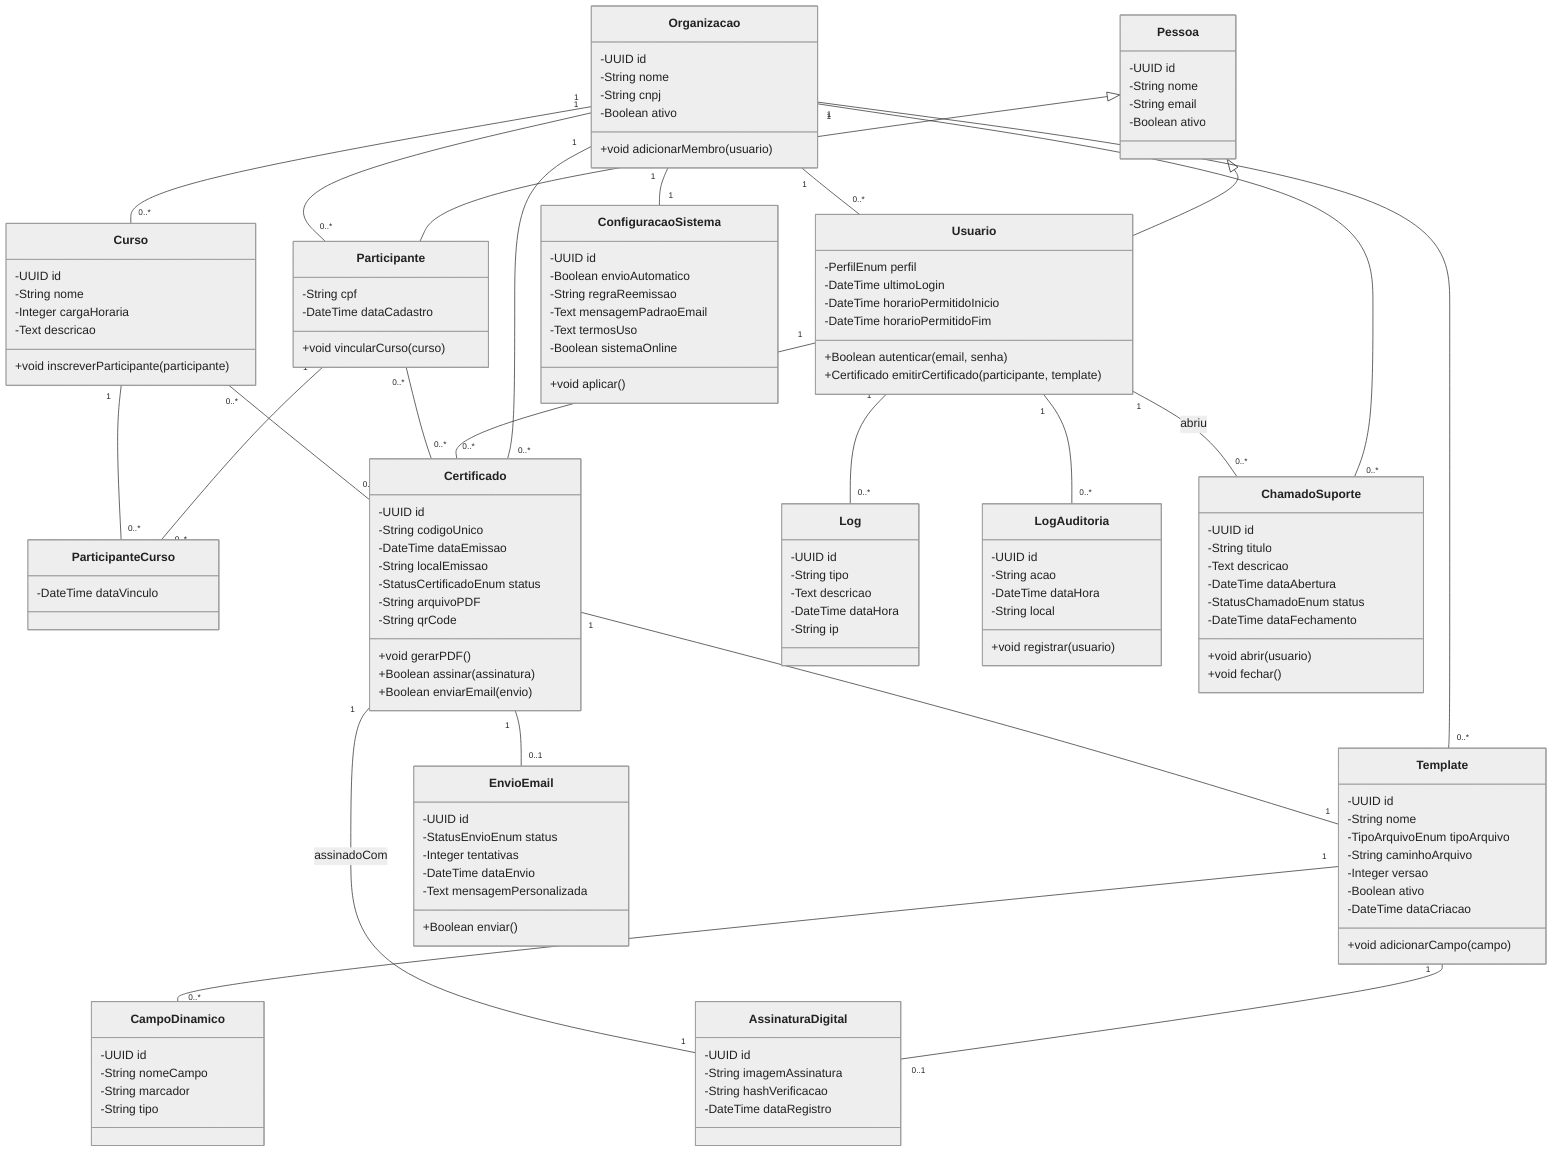
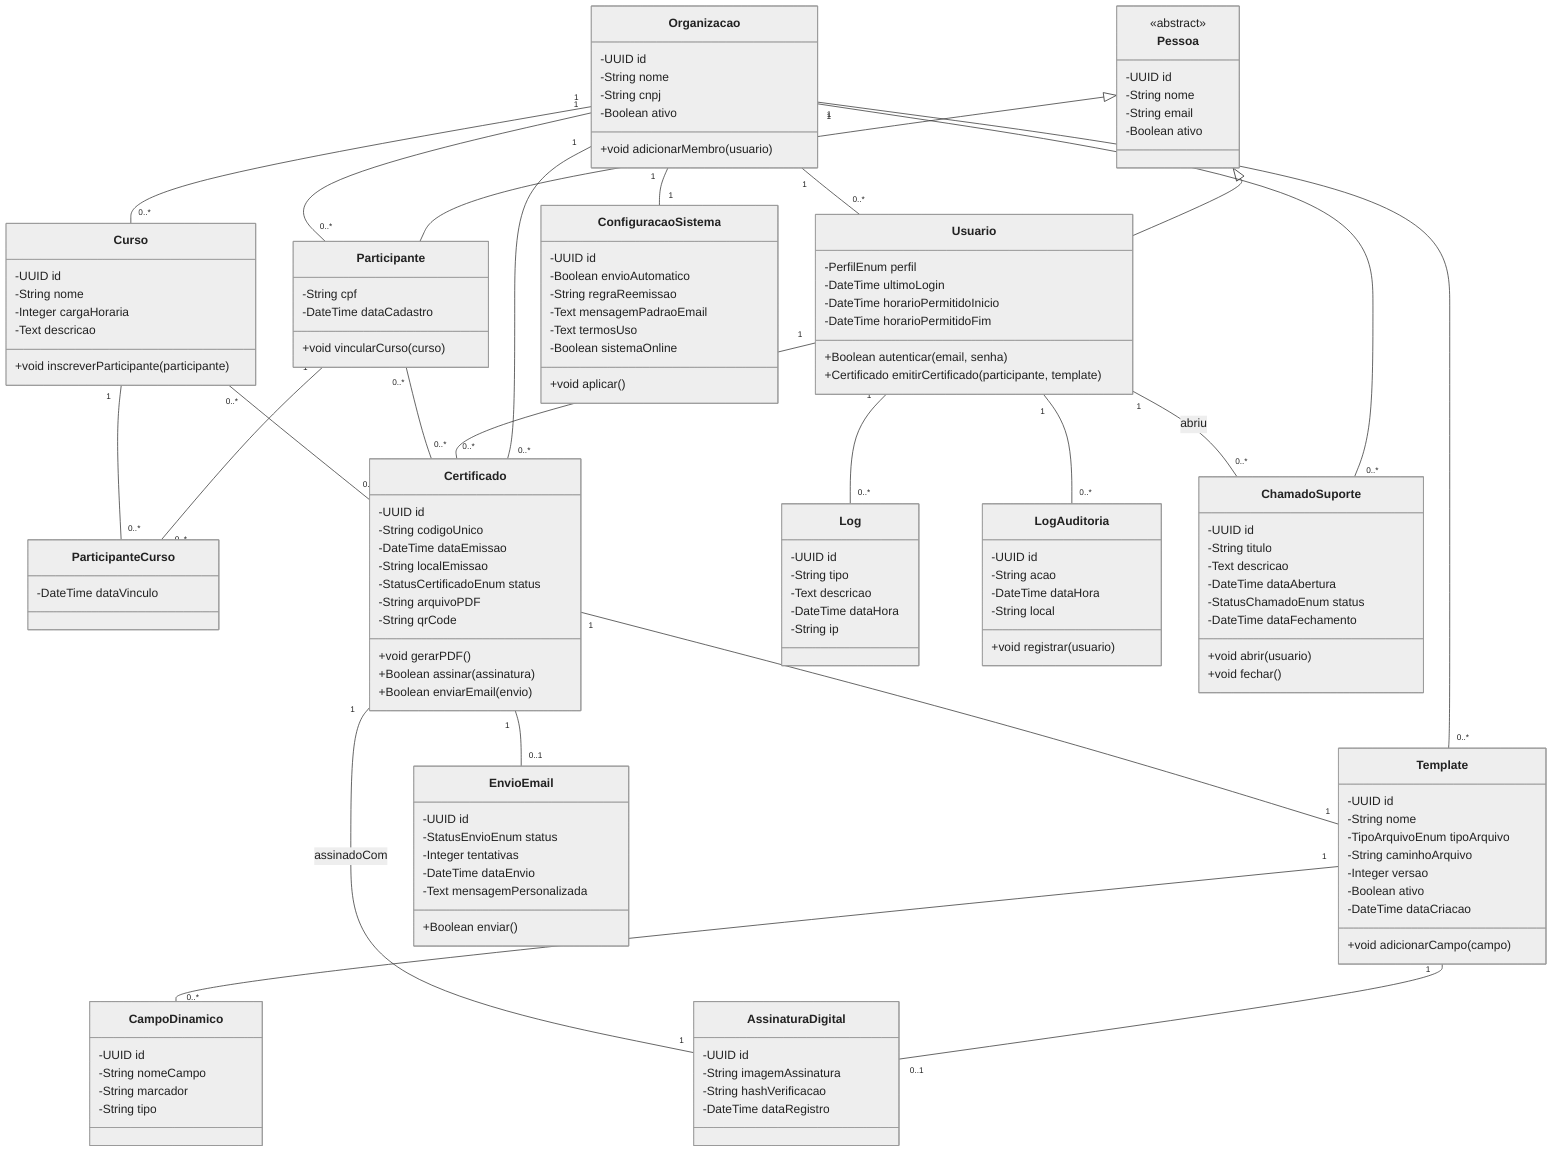
%%{init: {'theme': 'neutral', 'themeVariables': {'lineColor': '#333333', 'primaryTextColor': '#222222', 'primaryColor': '#f4f4f4', 'primaryBorderColor': '#333333', 'secondaryColor': '#ffffff'}}}%%
classDiagram
    class Pessoa {
+       <<abstract>>
      -UUID id
      -String nome
      -String email
      -Boolean ativo
    }
    class Usuario {
      -PerfilEnum perfil
      -DateTime ultimoLogin
      -DateTime horarioPermitidoInicio
      -DateTime horarioPermitidoFim
      +Boolean autenticar(email, senha)
      +Certificado emitirCertificado(participante, template)
    }
    class Participante {
      -String cpf
      -DateTime dataCadastro
      +void vincularCurso(curso)
    }
    class Organizacao {
      -UUID id
      -String nome
      -String cnpj
      -Boolean ativo
      +void adicionarMembro(usuario)
    }
    class Curso {
      -UUID id
      -String nome
      -Integer cargaHoraria
      -Text descricao
      +void inscreverParticipante(participante)
    }
    class ParticipanteCurso {
      -DateTime dataVinculo
    }
    class Template {
      -UUID id
      -String nome
      -TipoArquivoEnum tipoArquivo
      -String caminhoArquivo
      -Integer versao
      -Boolean ativo
      -DateTime dataCriacao
      +void adicionarCampo(campo)
    }
    class CampoDinamico {
      -UUID id
      -String nomeCampo
      -String marcador
      -String tipo
    }
    class AssinaturaDigital {
      -UUID id
      -String imagemAssinatura
      -String hashVerificacao
      -DateTime dataRegistro
    }
    class Certificado {
      -UUID id
      -String codigoUnico
      -DateTime dataEmissao
      -String localEmissao
      -StatusCertificadoEnum status
      -String arquivoPDF
      -String qrCode
      +void gerarPDF()
      +Boolean assinar(assinatura)
      +Boolean enviarEmail(envio)
    }
    class EnvioEmail {
      -UUID id
      -StatusEnvioEnum status
      -Integer tentativas
      -DateTime dataEnvio
      -Text mensagemPersonalizada
      +Boolean enviar()
    }
    class Log {
      -UUID id
      -String tipo
      -Text descricao
      -DateTime dataHora
      -String ip
    }
    class LogAuditoria {
      -UUID id
      -String acao
      -DateTime dataHora
      -String local
      +void registrar(usuario)
    }
    class ConfiguracaoSistema {
      -UUID id
      -Boolean envioAutomatico
      -String regraReemissao
      -Text mensagemPadraoEmail
      -Text termosUso
      -Boolean sistemaOnline
      +void aplicar()
    }
    class ChamadoSuporte {
      -UUID id
      -String titulo
      -Text descricao
      -DateTime dataAbertura
      -StatusChamadoEnum status
      -DateTime dataFechamento
      +void abrir(usuario)
      +void fechar()
    }

    Pessoa <|-- Usuario
    Pessoa <|-- Participante

    Organizacao "1" -- "0..*" Usuario
    Organizacao "1" -- "0..*" Participante
    Organizacao "1" -- "0..*" Curso
    Organizacao "1" -- "0..*" Template
    Organizacao "1" -- "0..*" Certificado
    Organizacao "1" -- "1" ConfiguracaoSistema
    Organizacao "1" -- "0..*" ChamadoSuporte

    Participante "1" -- "0..*" ParticipanteCurso
    Curso "1" -- "0..*" ParticipanteCurso
    Template "1" -- "0..*" CampoDinamico
    Template "1" -- "0..1" AssinaturaDigital

    Usuario "1" -- "0..*" Certificado : emitiu
    Usuario "1" -- "0..*" Log
    Usuario "1" -- "0..*" LogAuditoria
    Usuario "1" -- "0..*" ChamadoSuporte : abriu

    Participante "0..*" -- "0..*" Certificado
    Curso "0..*" -- "0..*" Certificado

    Certificado "1" -- "0..1" EnvioEmail
    Certificado "1" -- "1" Template
    Certificado "1" -- "1" AssinaturaDigital : assinadoCom
